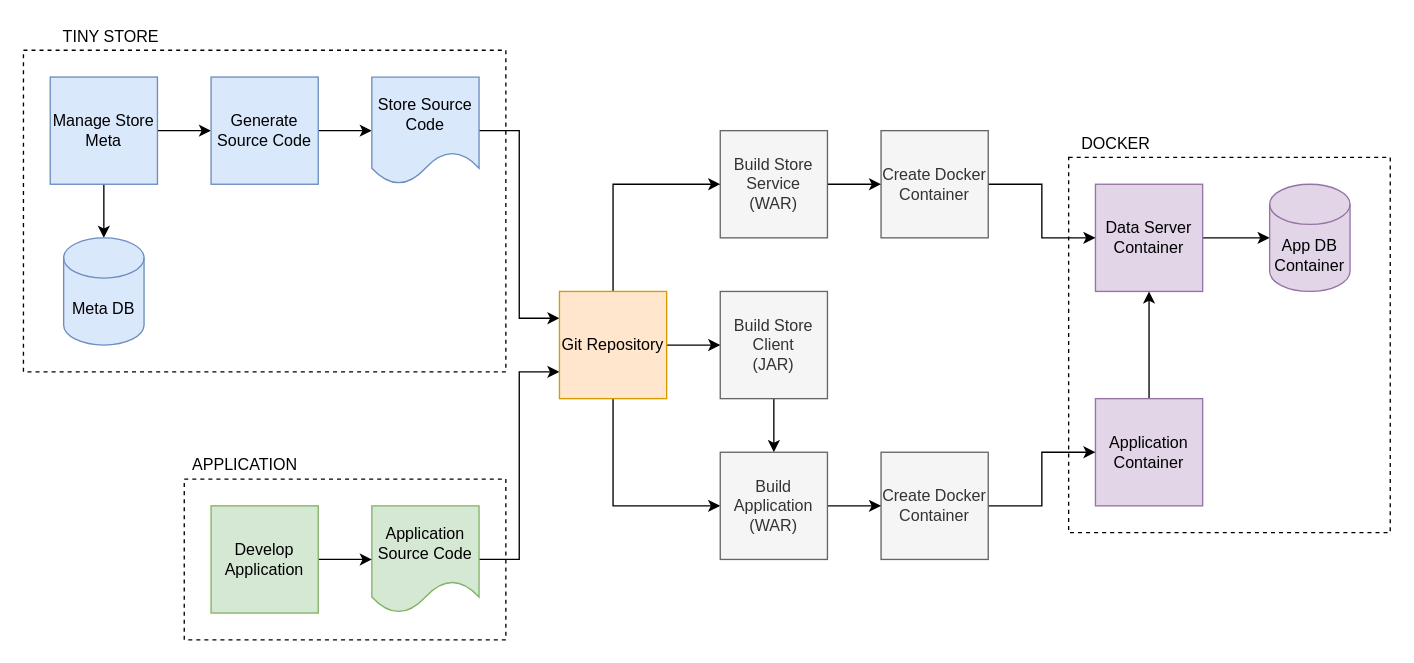
This is page "Docker Apps" (4 of 9) of doc/diagrams.drawio from js-lib-com/tiny-store, a draw.io file, before an edit. Source tidied: cells renumbered, new cells numbered last; positions are measured from the earlier drawing's top-left corner, leaving out a move shared by most shapes. Both pictures are drawn from the tidied source at 134%, with x=0, y=0 at pixel (23, 23).
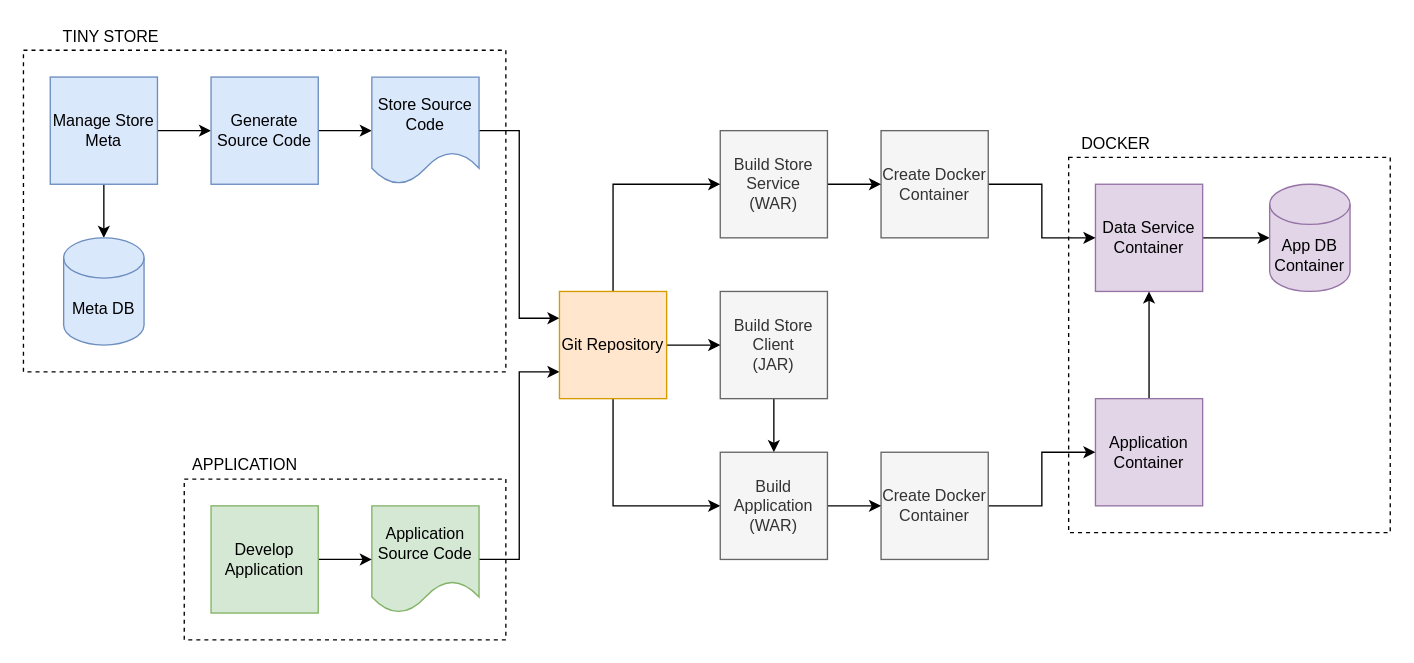
Above is the later version.

Commit message (it also covers changes not shown here):
Document one-way data binding logic from object view.

What changed in the source:
```diff
@@
-    <mxCell id="12" value="Data Server Container" style="whiteSpace=wrap;html=1;fillColor=#e1d5e7;strokeColor=#9673a6;" parent="1" vertex="1">
+    <mxCell id="12" value="Data Service Container" style="whiteSpace=wrap;html=1;fillColor=#e1d5e7;strokeColor=#9673a6;" parent="1" vertex="1">
       <mxGeometry x="800" y="120" width="80" height="80" as="geometry" />
     </mxCell>
```
